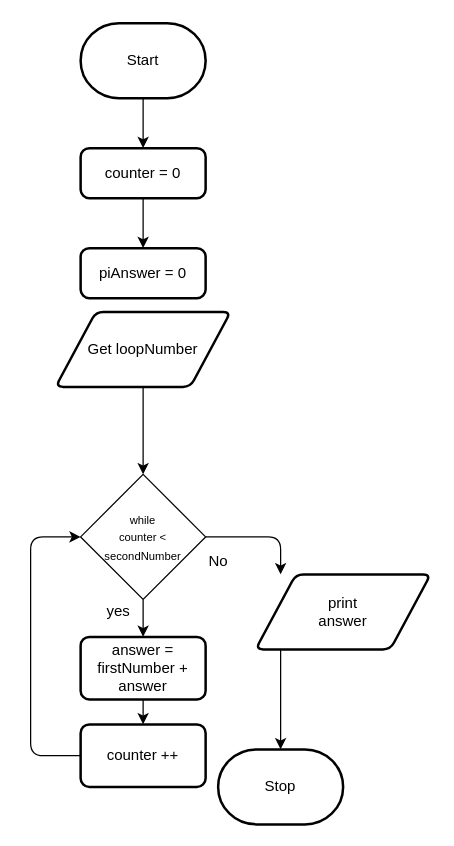
Chloe-Havel/ICS20-assinment-5 keeps this draw.io diagram as design/flow-chart.drawio. Above is the earlier version. Source tidied: cells renumbered, new cells numbered last; positions are measured from the earlier drawing's top-left corner, leaving out a move shared by most shapes. Both pictures are drawn from the tidied source at 125%, with x=0, y=0 at pixel (30, 22).
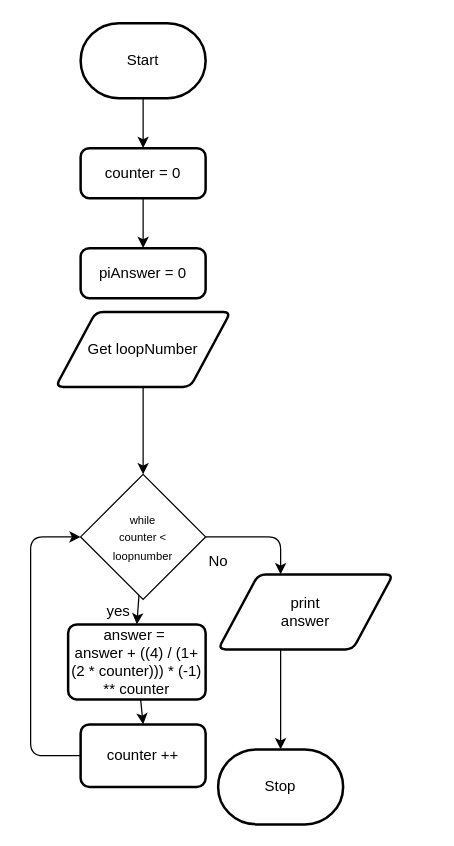
Above is the later version.

Change to the diagram source:
```diff
@@
-    <mxCell id="7" value="&lt;font style=&quot;font-size: 9px&quot;&gt;while&lt;br&gt;counter &amp;lt;&lt;br&gt;secondNumber&lt;br&gt;&lt;/font&gt;" style="rhombus;whiteSpace=wrap;html=1;" parent="1" vertex="1">
+    <mxCell id="7" value="&lt;font style=&quot;font-size: 9px&quot;&gt;while&lt;br&gt;counter &amp;lt;&lt;br&gt;loopnumber&lt;br&gt;&lt;/font&gt;" style="rhombus;whiteSpace=wrap;html=1;" parent="1" vertex="1">
       <mxGeometry x="40" y="361" width="100" height="100" as="geometry" />
     </mxCell>
@@
-    <mxCell id="9" value="answer = firstNumber +&lt;br&gt;answer" style="rounded=1;whiteSpace=wrap;html=1;absoluteArcSize=1;arcSize=14;strokeWidth=2;" parent="1" vertex="1">
-      <mxGeometry x="40" y="491" width="100" height="50" as="geometry" />
+    <mxCell id="9" value="answer =&amp;nbsp;&lt;br&gt;answer +&amp;nbsp;((4) / (1+(2 * counter))) * (-1) ** counter" style="rounded=1;whiteSpace=wrap;html=1;absoluteArcSize=1;arcSize=14;strokeWidth=2;" parent="1" vertex="1">
+      <mxGeometry x="30" y="481" width="110" height="60" as="geometry" />
     </mxCell>
@@
     <mxCell id="20" value="print&lt;br&gt;answer" style="shape=parallelogram;html=1;strokeWidth=2;perimeter=parallelogramPerimeter;whiteSpace=wrap;rounded=1;arcSize=12;size=0.23;" parent="1" vertex="1">
-      <mxGeometry x="180" y="441" width="140" height="60" as="geometry" />
+      <mxGeometry x="150" y="441" width="140" height="60" as="geometry" />
     </mxCell>
```
